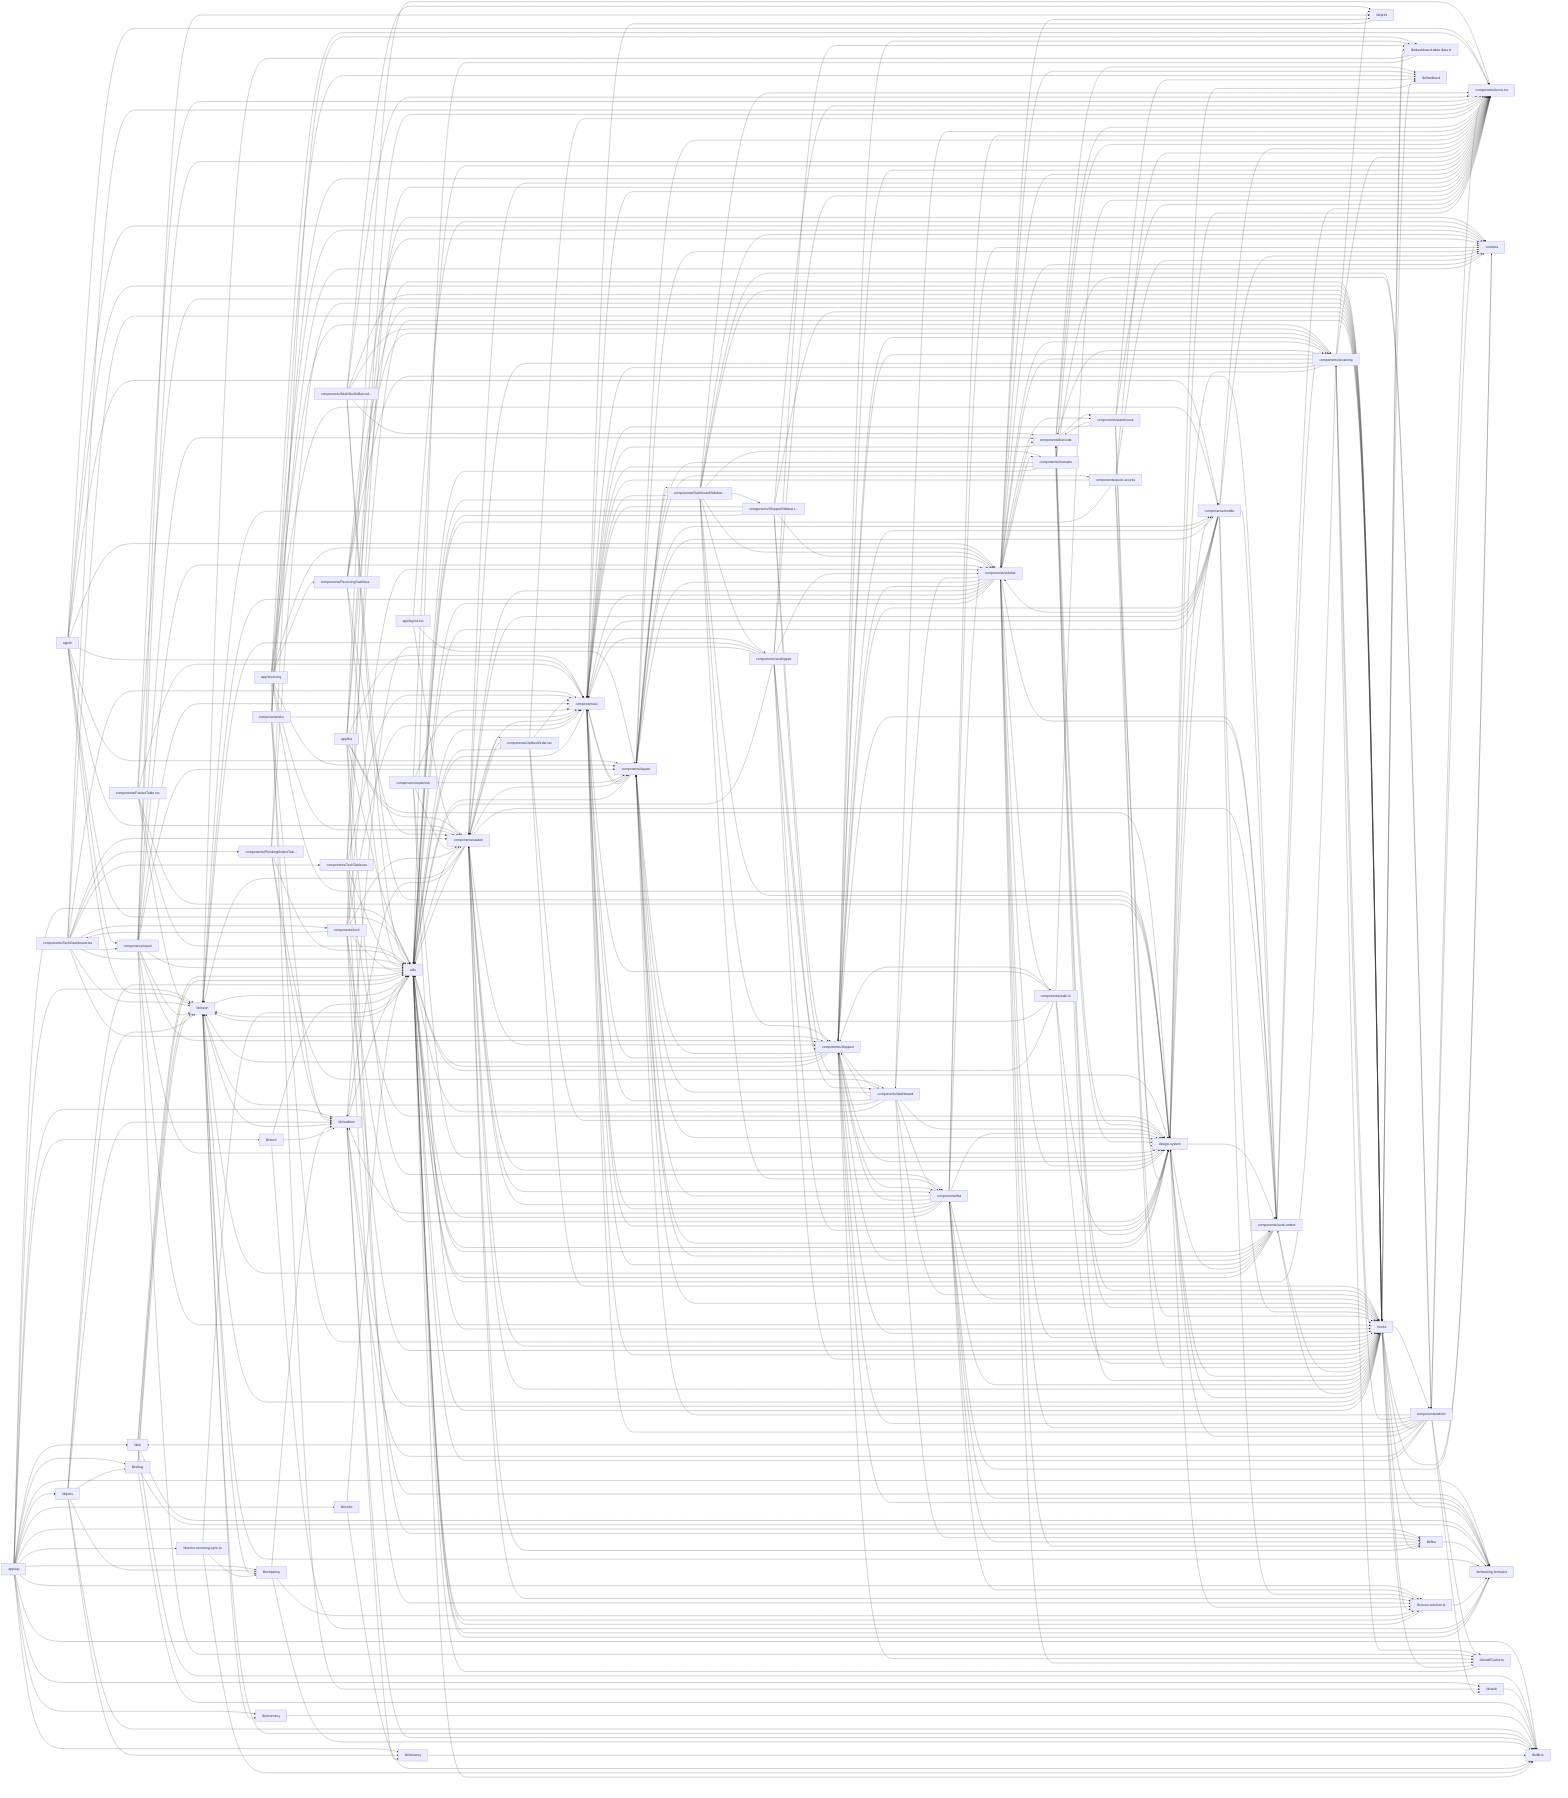
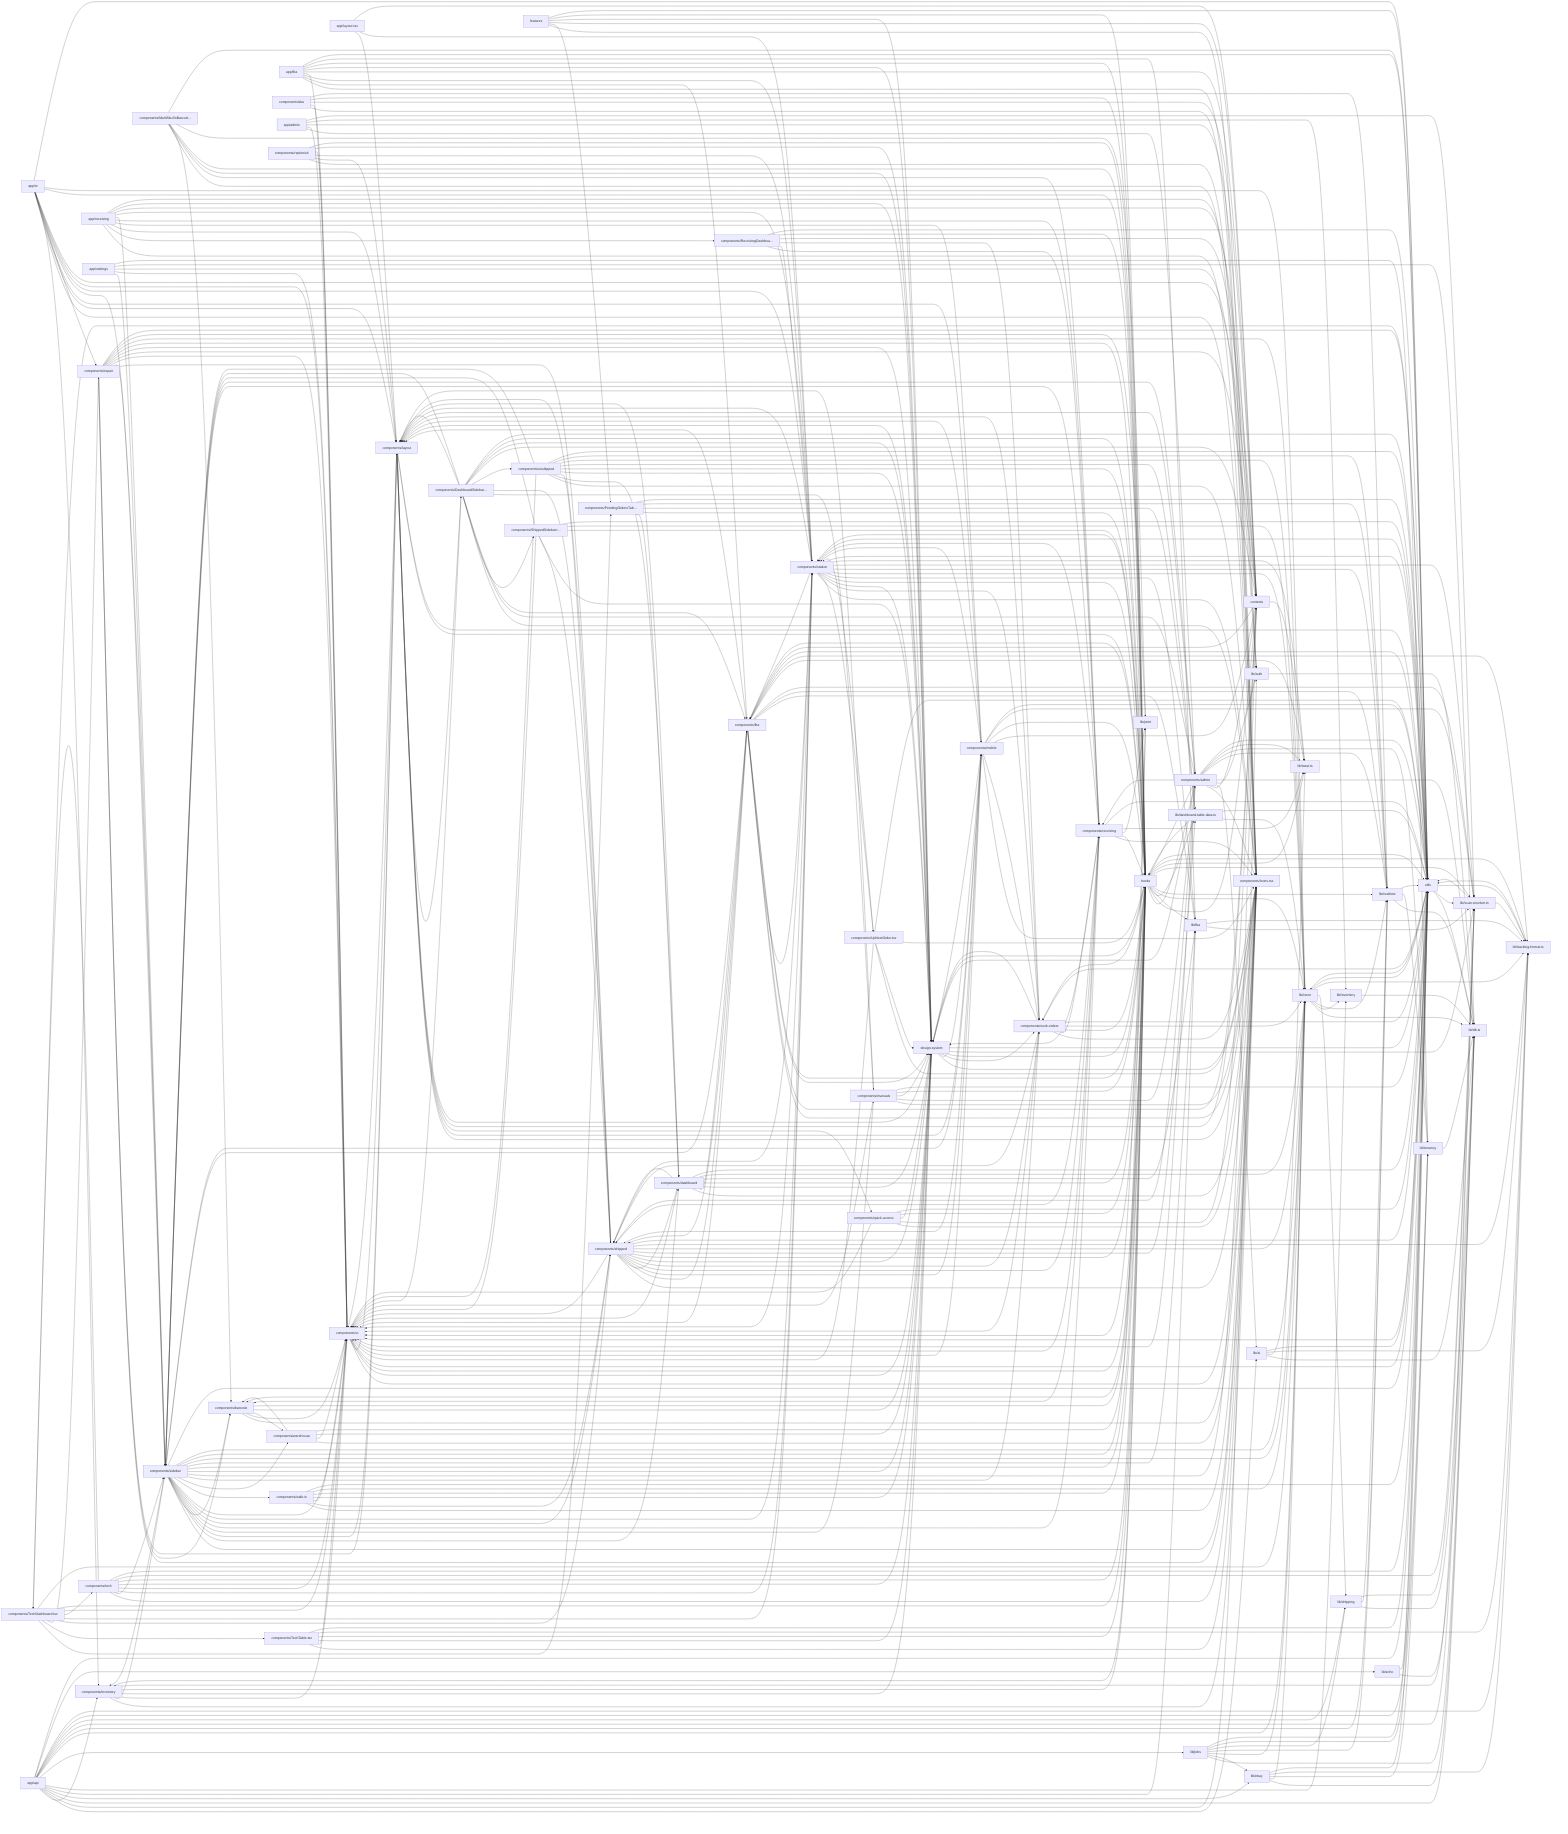
flowchart LR
  app_api["app/api"]
  click app_api "src/app/api/scan-tracking/route.ts" "Open src/app/api/scan-tracking/route.ts"
  hooks["hooks"]
-   click hooks "src/hooks/useShippedTableData.ts" "Open src/hooks/useShippedTableData.ts"
+   click hooks "src/hooks/_lifecycle.ts" "Open src/hooks/_lifecycle.ts"
  utils["utils"]
  click utils "src/utils/receiving-search-history.ts" "Open src/utils/receiving-search-history.ts"
+   design_system["design-system"]
+   click design_system "src/design-system/index.ts" "Open src/design-system/index.ts"
  components_Icons_tsx["components/Icons.tsx"]
  click components_Icons_tsx "src/components/Icons.tsx" "Open src/components/Icons.tsx"
-   design_system["design-system"]
-   click design_system "src/design-system/index.ts" "Open src/design-system/index.ts"
+   components_ui["components/ui"]
+   click components_ui "src/components/ui/DeleteButton.tsx" "Open src/components/ui/DeleteButton.tsx"
  components_sidebar["components/sidebar"]
  click components_sidebar "src/components/sidebar/DeviceModeToggle.tsx" "Open src/components/sidebar/DeviceModeToggle.tsx"
-   components_ui["components/ui"]
-   click components_ui "src/components/ui/DeleteButton.tsx" "Open src/components/ui/DeleteButton.tsx"
  lib_db_ts["lib/db.ts"]
  click lib_db_ts "src/lib/db.ts" "Open src/lib/db.ts"
  components_layout["components/layout"]
  click components_layout "src/components/layout/OfflineBanner.tsx" "Open src/components/layout/OfflineBanner.tsx"
  components_shipped["components/shipped"]
  click components_shipped "src/components/shipped/DateGroupHeader.tsx" "Open src/components/shipped/DateGroupHeader.tsx"
  components_station["components/station"]
  click components_station "src/components/station/BarcodeScanner.tsx" "Open src/components/station/BarcodeScanner.tsx"
  lib_neon["lib/neon"]
  click lib_neon "src/lib/neon/serial-units-queries.ts" "Open src/lib/neon/serial-units-queries.ts"
+   contexts["contexts"]
+   click contexts "src/contexts/HeaderContext.tsx" "Open src/contexts/HeaderContext.tsx"
+   components_admin["components/admin"]
+   click components_admin "src/components/admin/AccessSidebarPanel.tsx" "Open src/components/admin/AccessSidebarPanel.tsx"
  components_receiving["components/receiving"]
  click components_receiving "src/components/receiving/Mode2Unboxing.tsx" "Open src/components/receiving/Mode2Unboxing.tsx"
-   components_admin["components/admin"]
-   click components_admin "src/components/admin/AccessSidebarPanel.tsx" "Open src/components/admin/AccessSidebarPanel.tsx"
-   contexts["contexts"]
-   click contexts "src/contexts/HeaderContext.tsx" "Open src/contexts/HeaderContext.tsx"
+   components_fba["components/fba"]
+   click components_fba "src/components/fba/FbaShippedTable.tsx" "Open src/components/fba/FbaShippedTable.tsx"
+   components_mobile["components/mobile"]
+   click components_mobile "src/components/mobile/ScanSurface.tsx" "Open src/components/mobile/ScanSurface.tsx"
  components_work_orders["components/work-orders"]
  click components_work_orders "src/components/work-orders/WorkOrderInfoStrip.tsx" "Open src/components/work-orders/WorkOrderInfoStrip.tsx"
-   components_mobile["components/mobile"]
-   click components_mobile "src/components/mobile/ScanSurface.tsx" "Open src/components/mobile/ScanSurface.tsx"
-   components_fba["components/fba"]
-   click components_fba "src/components/fba/FbaShippedTable.tsx" "Open src/components/fba/FbaShippedTable.tsx"
  lib_realtime["lib/realtime"]
  click lib_realtime "src/lib/realtime/db-events.ts" "Open src/lib/realtime/db-events.ts"
  components_repair["components/repair"]
  click components_repair "src/components/repair/SignaturePad.tsx" "Open src/components/repair/SignaturePad.tsx"
  components_DashboardSidebar_tsx["components/DashboardSidebar…"]
  click components_DashboardSidebar_tsx "src/components/DashboardSidebar.tsx" "Open src/components/DashboardSidebar.tsx"
  components_dashboard["components/dashboard"]
  click components_dashboard "src/components/dashboard/StockZohoOrdersTable.tsx" "Open src/components/dashboard/StockZohoOrdersTable.tsx"
-   lib_tracking_format_ts["lib/tracking-format.ts"]
-   click lib_tracking_format_ts "src/lib/tracking-format.ts" "Open src/lib/tracking-format.ts"
-   components_TechDashboard_tsx["components/TechDashboard.tsx"]
-   click components_TechDashboard_tsx "src/components/TechDashboard.tsx" "Open src/components/TechDashboard.tsx"
  components_barcode["components/barcode"]
  click components_barcode "src/components/barcode/SkuInput.tsx" "Open src/components/barcode/SkuInput.tsx"
  lib_scan_resolver_ts["lib/scan-resolver.ts"]
  click lib_scan_resolver_ts "src/lib/scan-resolver.ts" "Open src/lib/scan-resolver.ts"
+   lib_tracking_format_ts["lib/tracking-format.ts"]
+   click lib_tracking_format_ts "src/lib/tracking-format.ts" "Open src/lib/tracking-format.ts"
  lib_auth["lib/auth"]
  click lib_auth "src/lib/auth/permission-registry.ts" "Open src/lib/auth/permission-registry.ts"
+   lib_jobs["lib/jobs"]
+   click lib_jobs "src/lib/jobs/ebay-sync.ts" "Open src/lib/jobs/ebay-sync.ts"
  app_m["app/m"]
  click app_m "src/app/m/layout.tsx" "Open src/app/m/layout.tsx"
+   components_TechDashboard_tsx["components/TechDashboard.tsx"]
+   click components_TechDashboard_tsx "src/components/TechDashboard.tsx" "Open src/components/TechDashboard.tsx"
  components_unshipped["components/unshipped"]
  click components_unshipped "src/components/unshipped/UnshippedTable.tsx" "Open src/components/unshipped/UnshippedTable.tsx"
-   lib_jobs["lib/jobs"]
-   click lib_jobs "src/lib/jobs/ebay-sync.ts" "Open src/lib/jobs/ebay-sync.ts"
+   components_inventory["components/inventory"]
+   click components_inventory "src/components/inventory/InventoryShell.tsx" "Open src/components/inventory/InventoryShell.tsx"
  components_manuals["components/manuals"]
  click components_manuals "src/components/manuals/ManualsLibrarySidebar.tsx" "Open src/components/manuals/ManualsLibrarySidebar.tsx"
  components_tech["components/tech"]
  click components_tech "src/components/tech/UpNextActionDock.tsx" "Open src/components/tech/UpNextActionDock.tsx"
  app_receiving["app/receiving"]
  click app_receiving "src/app/receiving/page.tsx" "Open src/app/receiving/page.tsx"
  components_walk_in["components/walk-in"]
  click components_walk_in "src/components/walk-in/SalesDetailsPanel.tsx" "Open src/components/walk-in/SalesDetailsPanel.tsx"
+   lib_tenancy["lib/tenancy"]
+   click lib_tenancy "src/lib/tenancy/db.test.ts" "Open src/lib/tenancy/db.test.ts"
  components_warehouse["components/warehouse"]
  click components_warehouse "src/components/warehouse/roomFinderContext.tsx" "Open src/components/warehouse/roomFinderContext.tsx"
+   lib_fba["lib/fba"]
+   click lib_fba "src/lib/fba/board-item.ts" "Open src/lib/fba/board-item.ts"
  app_fba["app/fba"]
  click app_fba "src/app/fba/page.tsx" "Open src/app/fba/page.tsx"
-   components_ShippedSidebar_tsx["components/ShippedSidebar.t…"]
-   click components_ShippedSidebar_tsx "src/components/ShippedSidebar.tsx" "Open src/components/ShippedSidebar.tsx"
  components_quick_access["components/quick-access"]
  click components_quick_access "src/components/quick-access/RecentSection.tsx" "Open src/components/quick-access/RecentSection.tsx"
  components_sku["components/sku"]
  click components_sku "src/components/sku/BinRowDetailsSheet.tsx" "Open src/components/sku/BinRowDetailsSheet.tsx"
-   lib_tenancy["lib/tenancy"]
-   click lib_tenancy "src/lib/tenancy/db.test.ts" "Open src/lib/tenancy/db.test.ts"
+   lib_ebay["lib/ebay"]
+   click lib_ebay "src/lib/ebay/token-refresh.ts" "Open src/lib/ebay/token-refresh.ts"
  lib_print["lib/print"]
  click lib_print "src/lib/print/printRepairLabel.ts" "Open src/lib/print/printRepairLabel.ts"
  lib_ai["lib/ai"]
  click lib_ai "src/lib/ai/date-range.test.ts" "Open src/lib/ai/date-range.test.ts"
-   lib_fba["lib/fba"]
-   click lib_fba "src/lib/fba/board-item.ts" "Open src/lib/fba/board-item.ts"
  app_layout_tsx["app/layout.tsx"]
  click app_layout_tsx "src/app/layout.tsx" "Open src/app/layout.tsx"
  components_PendingOrdersTable_tsx["components/PendingOrdersTab…"]
  click components_PendingOrdersTable_tsx "src/components/PendingOrdersTable.tsx" "Open src/components/PendingOrdersTable.tsx"
+   components_ShippedSidebar_tsx["components/ShippedSidebar.t…"]
+   click components_ShippedSidebar_tsx "src/components/ShippedSidebar.tsx" "Open src/components/ShippedSidebar.tsx"
  lib_dashboard_table_data_ts["lib/dashboard-table-data.ts"]
  click lib_dashboard_table_data_ts "src/lib/dashboard-table-data.ts" "Open src/lib/dashboard-table-data.ts"
+   lib_toast_ts["lib/toast.ts"]
+   click lib_toast_ts "src/lib/toast.ts" "Open src/lib/toast.ts"
  lib_zoho["lib/zoho"]
  click lib_zoho "src/lib/zoho/mock.ts" "Open src/lib/zoho/mock.ts"
  lib_shipping["lib/shipping"]
  click lib_shipping "src/lib/shipping/repository.ts" "Open src/lib/shipping/repository.ts"
  lib_inventory["lib/inventory"]
  click lib_inventory "src/lib/inventory/internal-gtin.ts" "Open src/lib/inventory/internal-gtin.ts"
+   app_settings["app/settings"]
+   click app_settings "src/app/settings/page.tsx" "Open src/app/settings/page.tsx"
+   app_admin["app/admin"]
+   click app_admin "src/app/admin/page.tsx" "Open src/app/admin/page.tsx"
+   features["features"]
+   click features "src/features/operations/operations-data-sources.ts" "Open src/features/operations/operations-data-sources.ts"
  components_MultiSkuSnBarcode_tsx["components/MultiSkuSnBarcod…"]
  click components_MultiSkuSnBarcode_tsx "src/components/MultiSkuSnBarcode.tsx" "Open src/components/MultiSkuSnBarcode.tsx"
  components_UpNextOrder_tsx["components/UpNextOrder.tsx"]
  click components_UpNextOrder_tsx "src/components/UpNextOrder.tsx" "Open src/components/UpNextOrder.tsx"
  components_TechTable_tsx["components/TechTable.tsx"]
  click components_TechTable_tsx "src/components/TechTable.tsx" "Open src/components/TechTable.tsx"
-   components_PackerTable_tsx["components/PackerTable.tsx"]
-   click components_PackerTable_tsx "src/components/PackerTable.tsx" "Open src/components/PackerTable.tsx"
  components_ReceivingDashboard_tsx["components/ReceivingDashboa…"]
  click components_ReceivingDashboard_tsx "src/components/ReceivingDashboard.tsx" "Open src/components/ReceivingDashboard.tsx"
  components_replenish["components/replenish"]
  click components_replenish "src/components/replenish/ReplenishmentReceivingTab.tsx" "Open src/components/replenish/ReplenishmentReceivingTab.tsx"
-   lib_zoho_receiving_sync_ts["lib/zoho-receiving-sync.ts"]
-   click lib_zoho_receiving_sync_ts "src/lib/zoho-receiving-sync.ts" "Open src/lib/zoho-receiving-sync.ts"
-   lib_staffCache_ts["lib/staffCache.ts"]
-   click lib_staffCache_ts "src/lib/staffCache.ts" "Open src/lib/staffCache.ts"
-   lib_ebay["lib/ebay"]
-   click lib_ebay "src/lib/ebay/token-refresh.ts" "Open src/lib/ebay/token-refresh.ts"
-   lib_feedback["lib/feedback"]
-   click lib_feedback "src/lib/feedback/confirm.ts" "Open src/lib/feedback/confirm.ts"
-   lib_tech["lib/tech"]
-   click lib_tech "src/lib/tech/resolveStaffIdFromTechParam.ts" "Open src/lib/tech/resolveStaffIdFromTechParam.ts"
+   app_admin --> components_admin
+   app_admin --> components_ui
+   app_admin --> lib_auth
+   app_admin --> lib_inventory
+   app_admin --> lib_scan_resolver_ts
+   app_api --> components_inventory
  app_api --> lib_ai
  app_api --> lib_auth
  app_api --> lib_db_ts
  app_api --> lib_ebay
  app_api --> lib_fba
  app_api --> lib_inventory
  app_api --> lib_jobs
  app_api --> lib_neon
  app_api --> lib_realtime
  app_api --> lib_scan_resolver_ts
  app_api --> lib_shipping
-   app_api --> lib_tech
  app_api --> lib_tenancy
  app_api --> lib_tracking_format_ts
  app_api --> lib_zoho
-   app_api --> lib_zoho_receiving_sync_ts
  app_api --> utils
  app_fba --> components_Icons_tsx
  app_fba --> components_fba
  app_fba --> components_station
  app_fba --> components_ui
  app_fba --> contexts
  app_fba --> design_system
  app_fba --> hooks
  app_fba --> lib_fba
  app_fba --> utils
  app_layout_tsx --> components_layout
  app_layout_tsx --> components_station
  app_layout_tsx --> contexts
  app_m --> components_Icons_tsx
+   app_m --> components_inventory
  app_m --> components_layout
  app_m --> components_mobile
  app_m --> components_repair
  app_m --> components_sidebar
  app_m --> components_station
  app_m --> components_ui
  app_m --> contexts
  app_m --> hooks
  app_m --> lib_neon
  app_m --> utils
  app_receiving --> components_Icons_tsx
  app_receiving --> components_ReceivingDashboard_tsx
  app_receiving --> components_layout
  app_receiving --> components_mobile
  app_receiving --> components_receiving
  app_receiving --> components_sidebar
  app_receiving --> components_station
  app_receiving --> contexts
  app_receiving --> design_system
  app_receiving --> lib_auth
+   app_settings --> components_sidebar
+   app_settings --> components_ui
+   app_settings --> lib_auth
+   app_settings --> lib_db_ts
+   app_settings --> lib_tenancy
  components_DashboardSidebar_tsx --> components_Icons_tsx
  components_DashboardSidebar_tsx --> components_ShippedSidebar_tsx
  components_DashboardSidebar_tsx --> components_admin
  components_DashboardSidebar_tsx --> components_fba
  components_DashboardSidebar_tsx --> components_layout
  components_DashboardSidebar_tsx --> components_manuals
  components_DashboardSidebar_tsx --> components_shipped
  components_DashboardSidebar_tsx --> components_sidebar
  components_DashboardSidebar_tsx --> components_ui
  components_DashboardSidebar_tsx --> components_unshipped
  components_DashboardSidebar_tsx --> contexts
  components_DashboardSidebar_tsx --> design_system
  components_DashboardSidebar_tsx --> hooks
  components_DashboardSidebar_tsx --> utils
  components_MultiSkuSnBarcode_tsx --> components_Icons_tsx
  components_MultiSkuSnBarcode_tsx --> components_barcode
  components_MultiSkuSnBarcode_tsx --> components_receiving
  components_MultiSkuSnBarcode_tsx --> design_system
  components_MultiSkuSnBarcode_tsx --> hooks
  components_MultiSkuSnBarcode_tsx --> lib_print
  components_MultiSkuSnBarcode_tsx --> utils
-   components_PackerTable_tsx --> components_Icons_tsx
-   components_PackerTable_tsx --> components_ui
-   components_PackerTable_tsx --> design_system
-   components_PackerTable_tsx --> hooks
-   components_PackerTable_tsx --> lib_neon
-   components_PackerTable_tsx --> utils
  components_PendingOrdersTable_tsx --> components_dashboard
  components_PendingOrdersTable_tsx --> hooks
  components_PendingOrdersTable_tsx --> lib_dashboard_table_data_ts
  components_PendingOrdersTable_tsx --> lib_realtime
  components_PendingOrdersTable_tsx --> utils
  components_ReceivingDashboard_tsx --> components_receiving
  components_ReceivingDashboard_tsx --> components_station
  components_ReceivingDashboard_tsx --> components_work_orders
  components_ReceivingDashboard_tsx --> contexts
  components_ReceivingDashboard_tsx --> hooks
  components_ReceivingDashboard_tsx --> utils
-   components_ShippedSidebar_tsx --> components_Icons_tsx
  components_ShippedSidebar_tsx --> components_shipped
  components_ShippedSidebar_tsx --> components_sidebar
  components_ShippedSidebar_tsx --> components_ui
  components_ShippedSidebar_tsx --> design_system
  components_ShippedSidebar_tsx --> hooks
  components_ShippedSidebar_tsx --> lib_neon
  components_ShippedSidebar_tsx --> utils
-   components_TechDashboard_tsx --> components_Icons_tsx
  components_TechDashboard_tsx --> components_PendingOrdersTable_tsx
  components_TechDashboard_tsx --> components_TechTable_tsx
  components_TechDashboard_tsx --> components_repair
  components_TechDashboard_tsx --> components_shipped
  components_TechDashboard_tsx --> components_station
  components_TechDashboard_tsx --> components_tech
  components_TechDashboard_tsx --> components_ui
  components_TechDashboard_tsx --> hooks
  components_TechDashboard_tsx --> lib_neon
  components_TechDashboard_tsx --> utils
  components_TechTable_tsx --> components_Icons_tsx
  components_TechTable_tsx --> components_ui
  components_TechTable_tsx --> design_system
  components_TechTable_tsx --> hooks
  components_TechTable_tsx --> lib_tracking_format_ts
  components_TechTable_tsx --> utils
  components_UpNextOrder_tsx --> components_Icons_tsx
  components_UpNextOrder_tsx --> components_station
  components_UpNextOrder_tsx --> components_ui
  components_UpNextOrder_tsx --> design_system
  components_UpNextOrder_tsx --> hooks
  components_UpNextOrder_tsx --> utils
  components_admin --> components_Icons_tsx
  components_admin --> components_layout
  components_admin --> components_receiving
  components_admin --> components_shipped
  components_admin --> components_sidebar
  components_admin --> components_ui
  components_admin --> contexts
  components_admin --> design_system
  components_admin --> hooks
  components_admin --> lib_ai
  components_admin --> lib_auth
+   components_admin --> lib_db_ts
  components_admin --> lib_realtime
-   components_admin --> lib_staffCache_ts
+   components_admin --> lib_tenancy
+   components_admin --> lib_toast_ts
  components_admin --> utils
  components_barcode --> components_Icons_tsx
  components_barcode --> components_ui
  components_barcode --> components_warehouse
  components_barcode --> design_system
  components_barcode --> hooks
-   components_barcode --> lib_feedback
  components_dashboard --> components_Icons_tsx
  components_dashboard --> components_fba
  components_dashboard --> components_layout
  components_dashboard --> components_shipped
  components_dashboard --> components_ui
  components_dashboard --> design_system
  components_dashboard --> hooks
  components_dashboard --> lib_fba
  components_dashboard --> lib_neon
  components_dashboard --> utils
  components_fba --> components_Icons_tsx
  components_fba --> components_layout
  components_fba --> components_shipped
  components_fba --> components_sidebar
  components_fba --> components_station
  components_fba --> components_ui
  components_fba --> contexts
  components_fba --> design_system
  components_fba --> hooks
  components_fba --> lib_fba
  components_fba --> lib_realtime
  components_fba --> lib_scan_resolver_ts
+   components_fba --> lib_toast_ts
  components_fba --> lib_tracking_format_ts
  components_fba --> utils
+   components_inventory --> components_Icons_tsx
+   components_inventory --> components_sidebar
+   components_inventory --> components_ui
+   components_inventory --> design_system
+   components_inventory --> hooks
+   components_inventory --> lib_scan_resolver_ts
  components_layout --> components_DashboardSidebar_tsx
  components_layout --> components_Icons_tsx
  components_layout --> components_mobile
  components_layout --> components_quick_access
  components_layout --> components_ui
  components_layout --> contexts
  components_layout --> design_system
  components_layout --> hooks
  components_layout --> utils
  components_manuals --> components_Icons_tsx
  components_manuals --> components_admin
  components_manuals --> components_layout
  components_manuals --> components_ui
  components_manuals --> design_system
  components_manuals --> hooks
  components_manuals --> utils
  components_mobile --> components_Icons_tsx
  components_mobile --> components_layout
  components_mobile --> components_shipped
  components_mobile --> components_sidebar
  components_mobile --> components_station
  components_mobile --> components_ui
  components_mobile --> components_work_orders
  components_mobile --> contexts
  components_mobile --> design_system
  components_mobile --> hooks
  components_mobile --> lib_scan_resolver_ts
  components_mobile --> utils
  components_quick_access --> components_Icons_tsx
  components_quick_access --> components_ui
  components_quick_access --> contexts
  components_quick_access --> design_system
  components_quick_access --> hooks
  components_quick_access --> utils
  components_receiving --> components_Icons_tsx
  components_receiving --> components_barcode
  components_receiving --> components_shipped
  components_receiving --> components_sidebar
  components_receiving --> components_station
  components_receiving --> components_ui
  components_receiving --> design_system
  components_receiving --> hooks
  components_receiving --> lib_print
-   components_receiving --> lib_staffCache_ts
+   components_receiving --> lib_toast_ts
  components_receiving --> utils
  components_repair --> components_Icons_tsx
  components_repair --> components_barcode
  components_repair --> components_layout
  components_repair --> components_shipped
  components_repair --> components_sidebar
  components_repair --> components_ui
+   components_repair --> contexts
  components_repair --> design_system
  components_repair --> hooks
  components_repair --> lib_neon
  components_repair --> lib_print
-   components_repair --> lib_staffCache_ts
  components_repair --> utils
  components_replenish --> components_Icons_tsx
  components_replenish --> components_layout
  components_replenish --> components_station
  components_replenish --> components_ui
  components_replenish --> design_system
  components_replenish --> hooks
  components_shipped --> components_Icons_tsx
  components_shipped --> components_dashboard
  components_shipped --> components_fba
  components_shipped --> components_layout
  components_shipped --> components_mobile
  components_shipped --> components_receiving
  components_shipped --> components_ui
  components_shipped --> components_work_orders
  components_shipped --> design_system
  components_shipped --> hooks
  components_shipped --> lib_dashboard_table_data_ts
  components_shipped --> lib_neon
-   components_shipped --> lib_staffCache_ts
  components_shipped --> lib_tracking_format_ts
  components_shipped --> utils
  components_sidebar --> components_Icons_tsx
  components_sidebar --> components_barcode
  components_sidebar --> components_dashboard
+   components_sidebar --> components_inventory
  components_sidebar --> components_layout
  components_sidebar --> components_manuals
  components_sidebar --> components_receiving
  components_sidebar --> components_shipped
  components_sidebar --> components_station
  components_sidebar --> components_ui
  components_sidebar --> components_walk_in
  components_sidebar --> components_warehouse
  components_sidebar --> components_work_orders
  components_sidebar --> contexts
  components_sidebar --> design_system
  components_sidebar --> hooks
  components_sidebar --> lib_fba
-   components_sidebar --> lib_feedback
  components_sidebar --> lib_neon
  components_sidebar --> lib_print
-   components_sidebar --> lib_staffCache_ts
+   components_sidebar --> lib_toast_ts
  components_sidebar --> utils
  components_sku --> components_Icons_tsx
  components_sku --> components_ui
  components_sku --> contexts
  components_sku --> hooks
-   components_sku --> lib_feedback
  components_sku --> lib_realtime
  components_station --> components_Icons_tsx
  components_station --> components_UpNextOrder_tsx
  components_station --> components_fba
  components_station --> components_layout
  components_station --> components_shipped
  components_station --> components_ui
  components_station --> components_work_orders
  components_station --> design_system
  components_station --> hooks
  components_station --> lib_fba
  components_station --> lib_neon
  components_station --> lib_realtime
  components_station --> lib_scan_resolver_ts
+   components_station --> lib_toast_ts
  components_station --> utils
  components_tech --> components_Icons_tsx
  components_tech --> components_TechDashboard_tsx
  components_tech --> components_sidebar
  components_tech --> components_station
  components_tech --> components_ui
  components_tech --> design_system
  components_tech --> hooks
  components_tech --> lib_scan_resolver_ts
  components_tech --> utils
  components_ui --> components_Icons_tsx
  components_ui --> components_layout
  components_ui --> design_system
  components_ui --> hooks
  components_ui --> utils
  components_unshipped --> components_Icons_tsx
  components_unshipped --> components_dashboard
  components_unshipped --> components_shipped
  components_unshipped --> components_sidebar
  components_unshipped --> components_ui
  components_unshipped --> design_system
  components_unshipped --> hooks
  components_unshipped --> lib_dashboard_table_data_ts
  components_unshipped --> lib_neon
  components_unshipped --> lib_realtime
  components_unshipped --> utils
  components_walk_in --> components_Icons_tsx
  components_walk_in --> components_shipped
  components_walk_in --> components_ui
  components_walk_in --> design_system
  components_walk_in --> hooks
  components_walk_in --> lib_neon
  components_walk_in --> utils
  components_warehouse --> components_Icons_tsx
  components_warehouse --> components_barcode
  components_warehouse --> components_ui
  components_warehouse --> design_system
  components_warehouse --> hooks
-   components_warehouse --> lib_feedback
  components_work_orders --> components_Icons_tsx
  components_work_orders --> components_layout
  components_work_orders --> components_receiving
  components_work_orders --> components_shipped
  components_work_orders --> components_ui
  components_work_orders --> design_system
  components_work_orders --> hooks
  components_work_orders --> lib_neon
  components_work_orders --> utils
  contexts --> components_fba
+   contexts --> lib_toast_ts
  design_system --> components_Icons_tsx
  design_system --> components_layout
  design_system --> components_mobile
  design_system --> components_work_orders
  design_system --> hooks
  design_system --> lib_scan_resolver_ts
  design_system --> utils
+   features --> components_Icons_tsx
+   features --> components_PendingOrdersTable_tsx
+   features --> contexts
+   features --> design_system
+   features --> hooks
+   features --> utils
  hooks --> components_admin
  hooks --> components_barcode
  hooks --> components_fba
+   hooks --> components_inventory
  hooks --> components_station
  hooks --> components_work_orders
  hooks --> contexts
  hooks --> design_system
  hooks --> lib_dashboard_table_data_ts
  hooks --> lib_fba
-   hooks --> lib_feedback
  hooks --> lib_neon
  hooks --> lib_realtime
  hooks --> lib_scan_resolver_ts
-   hooks --> lib_staffCache_ts
+   hooks --> lib_toast_ts
  hooks --> lib_tracking_format_ts
  hooks --> utils
  lib_ai --> lib_db_ts
  lib_ai --> lib_neon
  lib_ai --> lib_tracking_format_ts
  lib_ai --> utils
  lib_auth --> lib_db_ts
  lib_dashboard_table_data_ts --> hooks
  lib_dashboard_table_data_ts --> lib_neon
  lib_dashboard_table_data_ts --> utils
  lib_ebay --> lib_db_ts
  lib_ebay --> lib_neon
+   lib_ebay --> lib_tenancy
  lib_ebay --> lib_tracking_format_ts
  lib_ebay --> utils
+   lib_fba --> lib_scan_resolver_ts
  lib_fba --> lib_tracking_format_ts
-   lib_feedback --> design_system
  lib_inventory --> lib_db_ts
  lib_jobs --> lib_db_ts
  lib_jobs --> lib_ebay
  lib_jobs --> lib_neon
  lib_jobs --> lib_realtime
  lib_jobs --> lib_shipping
  lib_jobs --> lib_tenancy
  lib_jobs --> utils
  lib_neon --> lib_db_ts
  lib_neon --> lib_inventory
  lib_neon --> lib_realtime
  lib_neon --> lib_shipping
  lib_neon --> lib_tracking_format_ts
  lib_neon --> utils
  lib_print --> components_ui
  lib_realtime --> lib_db_ts
  lib_realtime --> lib_tenancy
  lib_realtime --> utils
  lib_scan_resolver_ts --> lib_tracking_format_ts
  lib_scan_resolver_ts --> utils
  lib_shipping --> lib_db_ts
  lib_shipping --> lib_realtime
  lib_shipping --> lib_scan_resolver_ts
-   lib_staffCache_ts --> utils
-   lib_tech --> lib_realtime
-   lib_tech --> lib_tracking_format_ts
-   lib_tech --> utils
  lib_tenancy --> lib_db_ts
  lib_tracking_format_ts --> utils
  lib_zoho --> lib_db_ts
  lib_zoho --> utils
-   lib_zoho_receiving_sync_ts --> lib_db_ts
-   lib_zoho_receiving_sync_ts --> lib_shipping
-   lib_zoho_receiving_sync_ts --> utils
  utils --> components_station
  utils --> components_ui
  utils --> components_work_orders
  utils --> lib_db_ts
  utils --> lib_neon
  utils --> lib_scan_resolver_ts
  utils --> lib_tracking_format_ts
-   %% truncated: 160 more groups not shown+   %% truncated: 164 more groups not shown